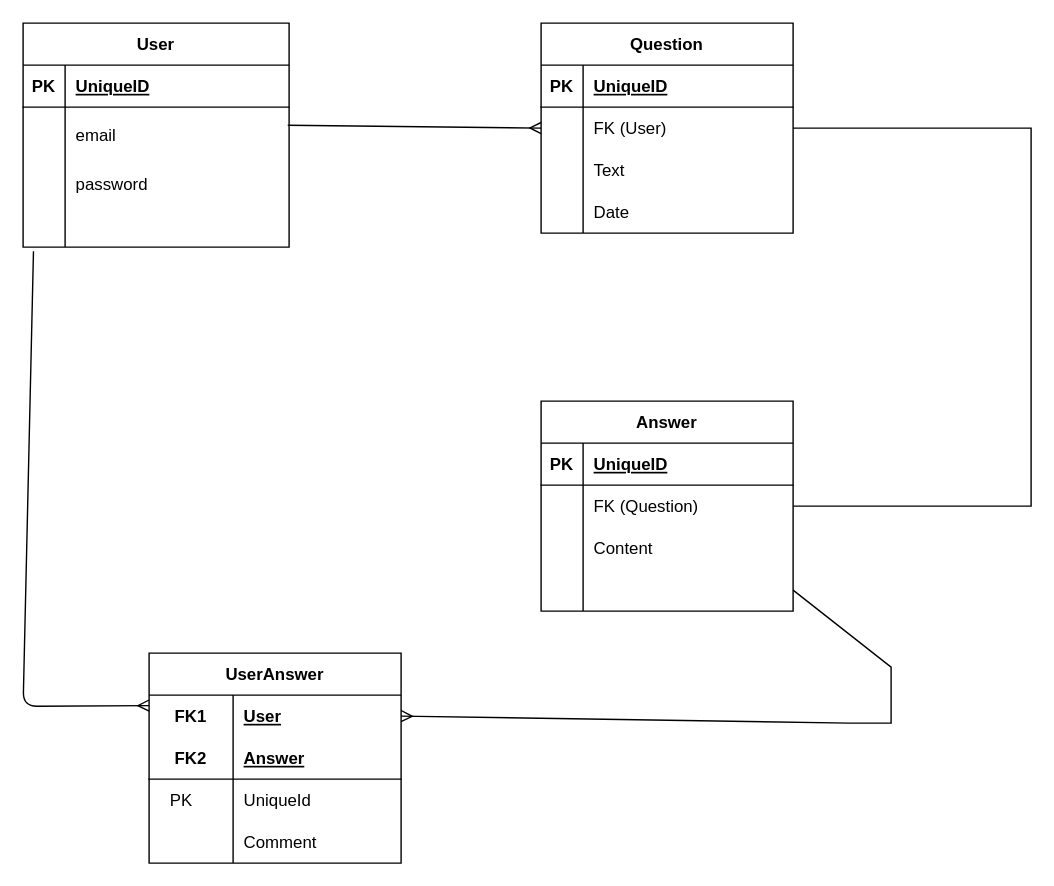
EGORDYU/project-2 keeps this draw.io diagram as test.drawio. Above is the earlier version. Source tidied: cells renumbered, new cells numbered last; positions are measured from the earlier drawing's top-left corner, leaving out a move shared by most shapes. Both pictures are drawn from the tidied source at 140%, with x=0, y=0 at pixel (22, 22).
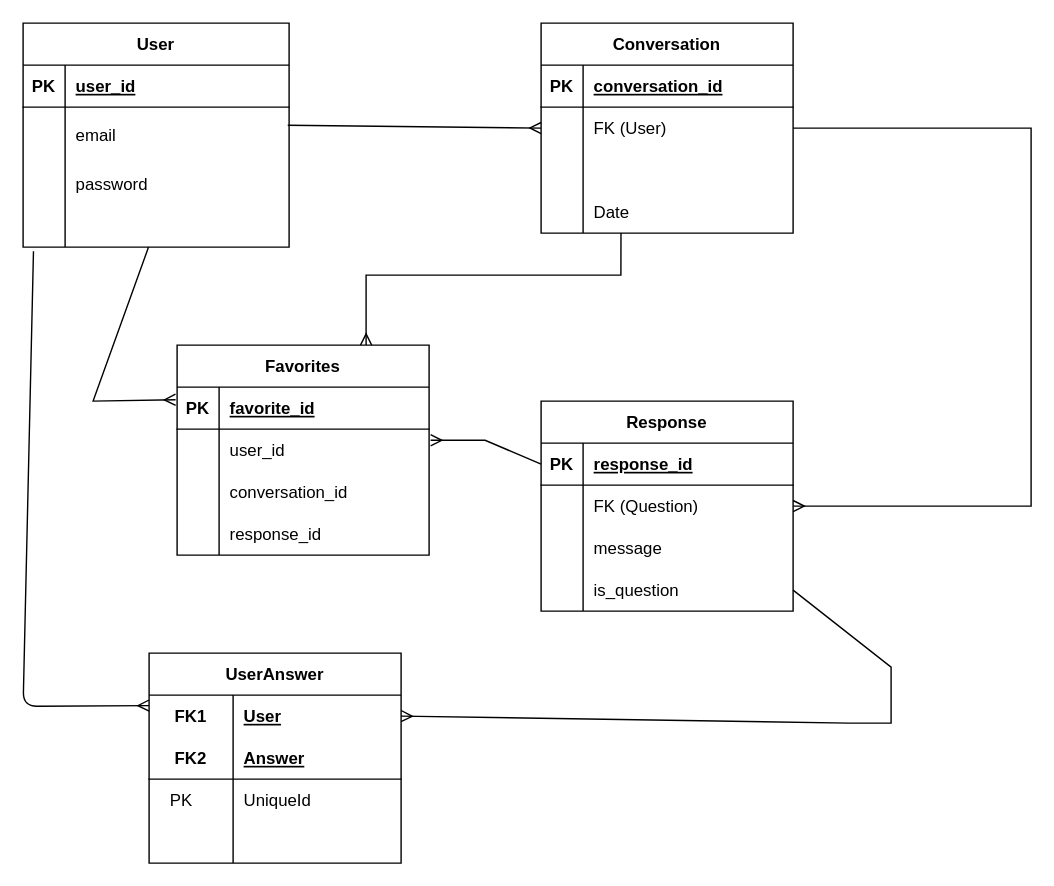
The same page after the edit.

Unchanged cells that the change refers to:
```xml
<mxCell id="3" style="shape=tableRow;horizontal=0;startSize=0;swimlaneHead=0;swimlaneBody=0;fillColor=none;top=0;left=0;right=0;bottom=1;" parent="2" vertex="1">
  <mxGeometry y="30" width="190" height="30" as="geometry" />
</mxCell>
<mxCell id="12" style="shape=tableRow;horizontal=0;startSize=0;swimlaneHead=0;swimlaneBody=0;fillColor=none;points=[[0,0.5],[1,0.5]];portConstraint=eastwest;top=0;left=0;right=0;bottom=0;" parent="2" vertex="1">
  <mxGeometry y="130" width="190" height="30" as="geometry" />
</mxCell>
<mxCell id="16" style="shape=tableRow;horizontal=0;startSize=0;swimlaneHead=0;swimlaneBody=0;fillColor=none;top=0;left=0;right=0;bottom=1;" parent="15" vertex="1">
  <mxGeometry y="30" width="180" height="30" as="geometry" />
</mxCell>
<mxCell id="19" style="shape=tableRow;horizontal=0;startSize=0;swimlaneHead=0;swimlaneBody=0;fillColor=none;points=[[0,0.5],[1,0.5]];portConstraint=eastwest;top=0;left=0;right=0;bottom=0;" parent="15" vertex="1">
  <mxGeometry y="60" width="180" height="30" as="geometry" />
</mxCell>
<mxCell id="22" style="shape=tableRow;horizontal=0;startSize=0;swimlaneHead=0;swimlaneBody=0;fillColor=none;top=0;left=0;right=0;bottom=0;" parent="15" vertex="1">
  <mxGeometry y="90" width="180" height="30" as="geometry" />
</mxCell>
<mxCell id="25" style="shape=tableRow;horizontal=0;startSize=0;swimlaneHead=0;swimlaneBody=0;fillColor=none;points=[[0,0.5],[1,0.5]];portConstraint=eastwest;top=0;left=0;right=0;bottom=0;" parent="15" vertex="1">
  <mxGeometry y="120" width="180" height="30" as="geometry" />
</mxCell>
<mxCell id="29" style="shape=tableRow;horizontal=0;startSize=0;swimlaneHead=0;swimlaneBody=0;fillColor=none;points=[[0,0.5],[1,0.5]];portConstraint=eastwest;top=0;left=0;right=0;bottom=1;" parent="28" vertex="1">
  <mxGeometry y="30" width="180" height="30" as="geometry" />
</mxCell>
<mxCell id="32" style="shape=tableRow;horizontal=0;startSize=0;swimlaneHead=0;swimlaneBody=0;fillColor=none;points=[[0,0.5],[1,0.5]];portConstraint=eastwest;top=0;left=0;right=0;bottom=0;" parent="28" vertex="1">
  <mxGeometry y="60" width="180" height="30" as="geometry" />
</mxCell>
<mxCell id="35" style="shape=tableRow;horizontal=0;startSize=0;swimlaneHead=0;swimlaneBody=0;fillColor=none;top=0;left=0;right=0;bottom=0;" parent="28" vertex="1">
  <mxGeometry y="90" width="180" height="30" as="geometry" />
</mxCell>
<mxCell id="38" style="shape=tableRow;horizontal=0;startSize=0;swimlaneHead=0;swimlaneBody=0;fillColor=none;points=[[0,0.5],[1,0.5]];portConstraint=eastwest;top=0;left=0;right=0;bottom=0;" parent="28" vertex="1">
  <mxGeometry y="120" width="180" height="30" as="geometry" />
</mxCell>
<mxCell id="52" style="shape=tableRow;horizontal=0;startSize=0;swimlaneHead=0;swimlaneBody=0;fillColor=none;top=0;left=0;right=0;bottom=0;" parent="42" vertex="1">
  <mxGeometry y="120" width="180" height="30" as="geometry" />
</mxCell>
```

What changed in the source:
```diff
@@
-    <mxCell id="5" value="UniqueID" style="shape=partialRectangle;fillColor=none;top=0;left=0;bottom=0;right=0;align=left;spacingLeft=6;fontStyle=5;overflow=hidden;" parent="3" vertex="1">
+    <mxCell id="5" value="user_id" style="shape=partialRectangle;fillColor=none;top=0;left=0;bottom=0;right=0;align=left;spacingLeft=6;fontStyle=5;overflow=hidden;" parent="3" vertex="1">
       <mxGeometry x="30" width="160" height="30" as="geometry" />
     </mxCell>
@@
-    <mxCell id="15" value="Question" style="shape=table;startSize=30;childLayout=tableLayout;rowLines=0;fontStyle=1;align=center;" parent="1" vertex="1">
+    <mxCell id="15" value="Conversation" style="shape=table;startSize=30;childLayout=tableLayout;rowLines=0;fontStyle=1;align=center;" parent="1" vertex="1">
       <mxGeometry x="370" width="180" height="150" as="geometry" />
     </mxCell>
@@
-    <mxCell id="18" value="UniqueID" style="shape=partialRectangle;fillColor=none;top=0;left=0;bottom=0;right=0;align=left;spacingLeft=6;fontStyle=5;overflow=hidden;" parent="16" vertex="1">
+    <mxCell id="18" value="conversation_id" style="shape=partialRectangle;fillColor=none;top=0;left=0;bottom=0;right=0;align=left;spacingLeft=6;fontStyle=5;overflow=hidden;" parent="16" vertex="1">
       <mxGeometry x="30" width="150" height="30" as="geometry" />
     </mxCell>
@@
-    <mxCell id="24" value="Text" style="shape=partialRectangle;fillColor=none;top=0;left=0;bottom=0;right=0;align=left;spacingLeft=6;overflow=hidden;" parent="22" vertex="1">
+    <mxCell id="24" style="shape=partialRectangle;fillColor=none;top=0;left=0;bottom=0;right=0;align=left;spacingLeft=6;overflow=hidden;" parent="22" vertex="1">
       <mxGeometry x="30" width="150" height="30" as="geometry" />
     </mxCell>
@@
-    <mxCell id="28" value="Answer" style="shape=table;startSize=30;childLayout=tableLayout;rowLines=0;fontStyle=1;align=center;" parent="1" vertex="1">
+    <mxCell id="28" value="Response" style="shape=table;startSize=30;childLayout=tableLayout;rowLines=0;fontStyle=1;align=center;" parent="1" vertex="1">
       <mxGeometry x="370" y="270" width="180" height="150" as="geometry" />
     </mxCell>
@@
-    <mxCell id="31" value="UniqueID" style="shape=partialRectangle;fillColor=none;top=0;left=0;bottom=0;right=0;align=left;spacingLeft=6;fontStyle=5;overflow=hidden;" parent="29" vertex="1">
+    <mxCell id="31" value="response_id" style="shape=partialRectangle;fillColor=none;top=0;left=0;bottom=0;right=0;align=left;spacingLeft=6;fontStyle=5;overflow=hidden;" parent="29" vertex="1">
       <mxGeometry x="30" width="150" height="30" as="geometry" />
     </mxCell>
@@
-    <mxCell id="37" value="Content" style="shape=partialRectangle;fillColor=none;top=0;left=0;bottom=0;right=0;align=left;spacingLeft=6;overflow=hidden;" parent="35" vertex="1">
+    <mxCell id="37" value="message" style="shape=partialRectangle;fillColor=none;top=0;left=0;bottom=0;right=0;align=left;spacingLeft=6;overflow=hidden;" parent="35" vertex="1">
       <mxGeometry x="30" width="150" height="30" as="geometry" />
     </mxCell>
@@
-    <mxCell id="40" style="shape=partialRectangle;fillColor=none;top=0;left=0;bottom=0;right=0;align=left;spacingLeft=6;overflow=hidden;" parent="38" vertex="1">
+    <mxCell id="40" value="is_question" style="shape=partialRectangle;fillColor=none;top=0;left=0;bottom=0;right=0;align=left;spacingLeft=6;overflow=hidden;" parent="38" vertex="1">
       <mxGeometry x="30" width="150" height="30" as="geometry" />
     </mxCell>
@@
-    <mxCell id="54" value="Comment" style="shape=partialRectangle;fillColor=none;top=0;left=0;bottom=0;right=0;align=left;spacingLeft=6;overflow=hidden;" parent="52" vertex="1">
+    <mxCell id="54" style="shape=partialRectangle;fillColor=none;top=0;left=0;bottom=0;right=0;align=left;spacingLeft=6;overflow=hidden;" parent="52" vertex="1">
       <mxGeometry x="60" width="120" height="30" as="geometry" />
     </mxCell>
@@
-    <mxCell id="56" style="endArrow=none;html=1;rounded=0;strokeColor=default;exitX=1;exitY=0.5;exitDx=0;exitDy=0;entryX=1;entryY=0.5;entryDx=0;entryDy=0;" parent="1" edge="1" source="32" target="19">
+    <mxCell id="56" style="endArrow=none;html=1;rounded=0;strokeColor=default;exitX=1;exitY=0.5;exitDx=0;exitDy=0;entryX=1;entryY=0.5;entryDx=0;entryDy=0;endFill=0;startArrow=ERmany;startFill=0;" parent="1" edge="1" source="32" target="19">
       <mxGeometry relative="1" as="geometry">
         <Array as="points">
           <mxPoint x="720" y="345" />
           <mxPoint x="720" y="210" />
           <mxPoint x="720" y="75" />
         </Array>
       </mxGeometry>
     </mxCell>
@@
+    <mxCell id="58" value="Favorites" style="shape=table;startSize=30;childLayout=tableLayout;rowLines=0;fontStyle=1;align=center;" parent="1" vertex="1">
+      <mxGeometry x="110" y="230" width="180" height="150" as="geometry" />
+    </mxCell>
+    <mxCell id="59" style="shape=tableRow;horizontal=0;startSize=0;swimlaneHead=0;swimlaneBody=0;fillColor=none;points=[[0,0.5],[1,0.5]];portConstraint=eastwest;top=0;left=0;right=0;bottom=1;" parent="58" vertex="1">
+      <mxGeometry y="30" width="180" height="30" as="geometry" />
+    </mxCell>
+    <mxCell id="60" value="PK" style="shape=partialRectangle;fillColor=none;top=0;left=0;bottom=0;right=0;fontStyle=1;overflow=hidden;" parent="59" vertex="1">
+      <mxGeometry width="30" height="30" as="geometry" />
+    </mxCell>
+    <mxCell id="61" value="favorite_id" style="shape=partialRectangle;fillColor=none;top=0;left=0;bottom=0;right=0;align=left;spacingLeft=6;fontStyle=5;overflow=hidden;" parent="59" vertex="1">
+      <mxGeometry x="30" width="150" height="30" as="geometry" />
+    </mxCell>
+    <mxCell id="62" style="shape=tableRow;horizontal=0;startSize=0;swimlaneHead=0;swimlaneBody=0;fillColor=none;points=[[0,0.5],[1,0.5]];portConstraint=eastwest;top=0;left=0;right=0;bottom=0;" parent="58" vertex="1">
+      <mxGeometry y="60" width="180" height="30" as="geometry" />
+    </mxCell>
+    <mxCell id="63" style="shape=partialRectangle;fillColor=none;top=0;left=0;bottom=0;right=0;overflow=hidden;" parent="62" vertex="1">
+      <mxGeometry width="30" height="30" as="geometry" />
+    </mxCell>
+    <mxCell id="64" value="user_id" style="shape=partialRectangle;fillColor=none;top=0;left=0;bottom=0;right=0;align=left;spacingLeft=6;overflow=hidden;" parent="62" vertex="1">
+      <mxGeometry x="30" width="150" height="30" as="geometry" />
+    </mxCell>
+    <mxCell id="65" style="shape=tableRow;horizontal=0;startSize=0;swimlaneHead=0;swimlaneBody=0;fillColor=none;top=0;left=0;right=0;bottom=0;" parent="58" vertex="1">
+      <mxGeometry y="90" width="180" height="30" as="geometry" />
+    </mxCell>
+    <mxCell id="66" style="shape=partialRectangle;fillColor=none;top=0;left=0;bottom=0;right=0;overflow=hidden;" parent="65" vertex="1">
+      <mxGeometry width="30" height="30" as="geometry" />
+    </mxCell>
+    <mxCell id="67" value="conversation_id" style="shape=partialRectangle;fillColor=none;top=0;left=0;bottom=0;right=0;align=left;spacingLeft=6;overflow=hidden;" parent="65" vertex="1">
+      <mxGeometry x="30" width="150" height="30" as="geometry" />
+    </mxCell>
+    <mxCell id="68" style="shape=tableRow;horizontal=0;startSize=0;swimlaneHead=0;swimlaneBody=0;fillColor=none;top=0;left=0;right=0;bottom=0;" parent="58" vertex="1">
+      <mxGeometry y="120" width="180" height="30" as="geometry" />
+    </mxCell>
+    <mxCell id="69" style="shape=partialRectangle;fillColor=none;top=0;left=0;bottom=0;right=0;overflow=hidden;" parent="68" vertex="1">
+      <mxGeometry width="30" height="30" as="geometry" />
+    </mxCell>
+    <mxCell id="70" value="response_id" style="shape=partialRectangle;fillColor=none;top=0;left=0;bottom=0;right=0;align=left;spacingLeft=6;overflow=hidden;" parent="68" vertex="1">
+      <mxGeometry x="30" width="150" height="30" as="geometry" />
+    </mxCell>
+    <mxCell id="71" style="endArrow=ERmany;html=1;rounded=0;entryX=-0.006;entryY=0.3;entryDx=0;entryDy=0;entryPerimeter=0;endFill=0;" parent="1" edge="1" source="12" target="59">
+      <mxGeometry relative="1" as="geometry">
+        <Array as="points">
+          <mxPoint x="50" y="270" />
+        </Array>
+      </mxGeometry>
+    </mxCell>
+    <mxCell id="72" style="endArrow=none;html=1;rounded=0;entryX=0;entryY=0.5;entryDx=0;entryDy=0;exitX=1.006;exitY=0.267;exitDx=0;exitDy=0;exitPerimeter=0;endFill=0;startArrow=ERmany;startFill=0;" parent="1" edge="1" source="62" target="29">
+      <mxGeometry relative="1" as="geometry">
+        <Array as="points">
+          <mxPoint x="330" y="298" />
+        </Array>
+      </mxGeometry>
+    </mxCell>
+    <mxCell id="73" style="endArrow=none;html=1;rounded=0;exitX=0.75;exitY=0;exitDx=0;exitDy=0;entryX=0.317;entryY=1;entryDx=0;entryDy=0;entryPerimeter=0;startArrow=ERmany;startFill=0;" parent="1" edge="1" source="58" target="25">
+      <mxGeometry relative="1" as="geometry">
+        <Array as="points">
+          <mxPoint x="245" y="180" />
+          <mxPoint x="427" y="180" />
+        </Array>
+      </mxGeometry>
+    </mxCell>
```
